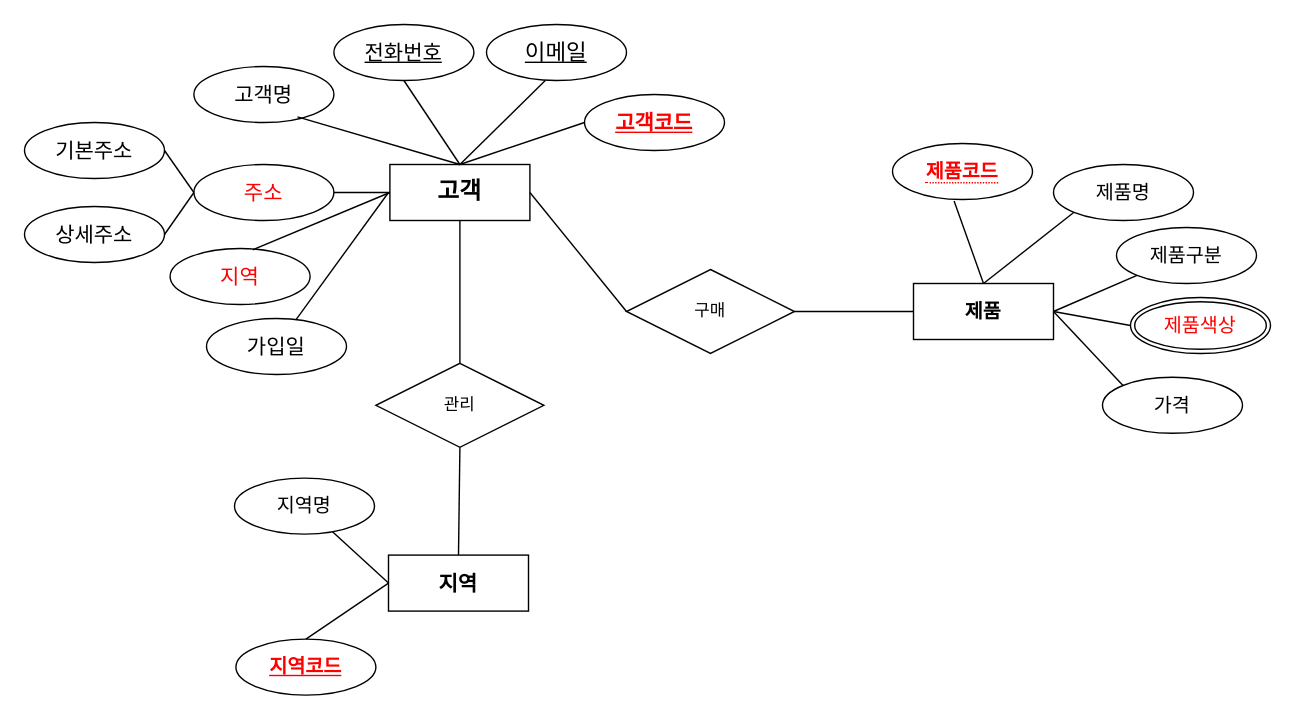
Before: page "페이지-2" (2 of 3) of erd.drawio in bitcocom/ai8erd, a draw.io diagram. Source tidied: cells renumbered, new cells numbered last; positions are measured from the earlier drawing's top-left corner, leaving out a move shared by most shapes. Both pictures are drawn from the tidied source at 140%, with x=0, y=0 at pixel (24, 24).
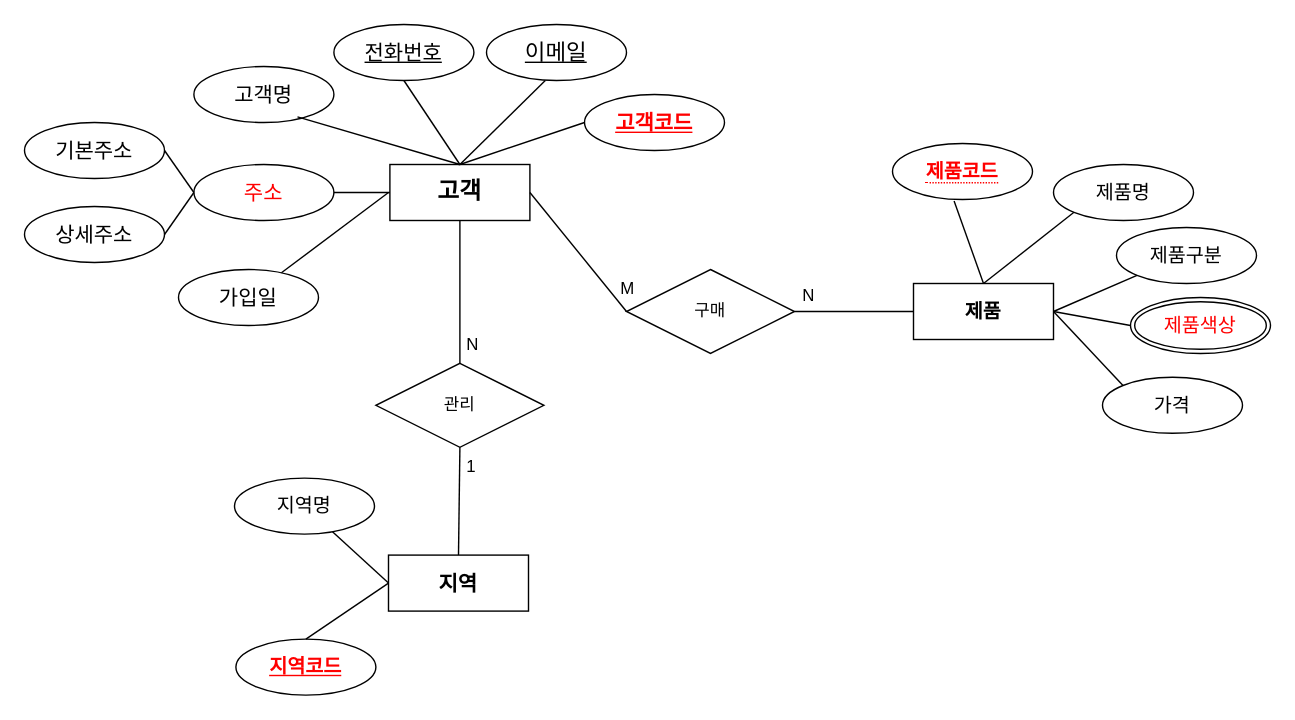
The same diagram, later.

Unchanged cells that the change refers to:
```xml
<mxCell id="2" value="고객" style="whiteSpace=wrap;html=1;align=center;fontSize=17;fontStyle=1;" parent="1" vertex="1">
  <mxGeometry x="261" y="100" width="100" height="40" as="geometry" />
</mxCell>
```

Diff of the diagram source:
```diff
@@
-    <mxCell id="11" value="지역" style="ellipse;whiteSpace=wrap;html=1;align=center;fontSize=15;fontColor=#FF0000;" parent="1" vertex="1">
-      <mxGeometry x="104" y="160" width="100" height="40" as="geometry" />
-    </mxCell>
     <mxCell id="12" value="가입일" style="ellipse;whiteSpace=wrap;html=1;align=center;fontSize=15;" parent="1" vertex="1">
-      <mxGeometry x="130" y="210" width="100" height="40" as="geometry" />
+      <mxGeometry x="110" y="175" width="100" height="40" as="geometry" />
     </mxCell>
-    <mxCell id="13" style="endArrow=none;html=1;rounded=0;exitX=0.59;exitY=0.025;exitDx=0;exitDy=0;exitPerimeter=0;entryX=0;entryY=0.5;entryDx=0;entryDy=0;" parent="1" edge="1" source="11" target="2">
-      <mxGeometry relative="1" as="geometry" />
-    </mxCell>
@@
+    <mxCell id="44" value="1" style="text;strokeColor=none;fillColor=none;spacingLeft=4;spacingRight=4;overflow=hidden;fontSize=12;whiteSpace=wrap;html=1;" parent="1" vertex="1">
+      <mxGeometry x="310" y="302" width="20" height="30" as="geometry" />
+    </mxCell>
+    <mxCell id="45" value="N" style="text;strokeColor=none;fillColor=none;spacingLeft=4;spacingRight=4;overflow=hidden;fontSize=12;whiteSpace=wrap;html=1;" parent="1" vertex="1">
+      <mxGeometry x="310" y="215" width="20" height="30" as="geometry" />
+    </mxCell>
+    <mxCell id="46" value="N" style="text;strokeColor=none;fillColor=none;spacingLeft=4;spacingRight=4;overflow=hidden;fontSize=12;whiteSpace=wrap;html=1;" parent="1" vertex="1">
+      <mxGeometry x="550" y="180" width="20" height="30" as="geometry" />
+    </mxCell>
+    <mxCell id="47" value="M" style="text;strokeColor=none;fillColor=none;spacingLeft=4;spacingRight=4;overflow=hidden;fontSize=12;whiteSpace=wrap;html=1;" parent="1" vertex="1">
+      <mxGeometry x="420" y="175" width="20" height="30" as="geometry" />
+    </mxCell>
```
